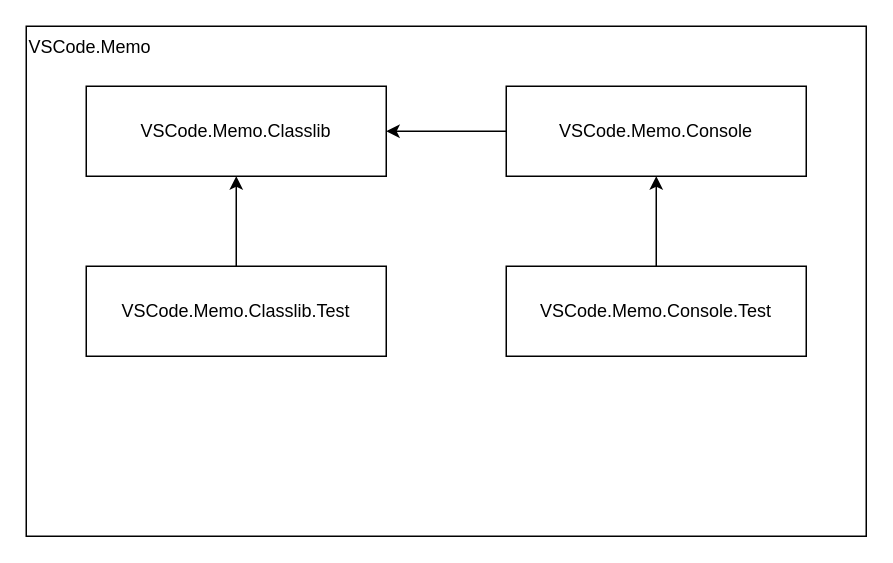
The draw.io diagram Project.drawio in Gunj0/CSharp.VSCode.Memo, before the edit. Source tidied: cells renumbered, new cells numbered last; positions are measured from the earlier drawing's top-left corner, leaving out a move shared by most shapes. Both pictures are drawn from the tidied source at 150%, with x=0, y=0 at pixel (26, 26).
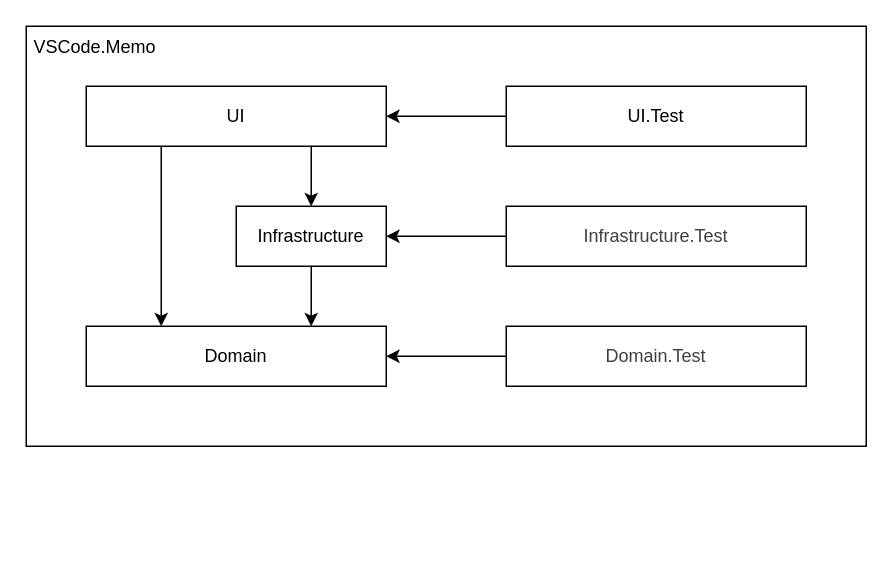
After the change.

Change to the diagram source:
```diff
@@
 <mxGraphModel>
   <root>
     <mxCell id="0" />
     <mxCell id="1" parent="0" />
-    <mxCell id="2" value="VSCode.Memo" style="rounded=0;whiteSpace=wrap;html=1;fontColor=default;align=left;verticalAlign=top;" parent="1" vertex="1">
-      <mxGeometry width="560" height="340" as="geometry" />
+    <mxCell id="2" value="&amp;nbsp;VSCode.Memo" style="rounded=0;whiteSpace=wrap;html=1;fontColor=default;align=left;verticalAlign=top;" parent="1" vertex="1">
+      <mxGeometry width="560" height="280" as="geometry" />
     </mxCell>
+    <mxCell id="11" value="&lt;span style=&quot;&quot;&gt;Infrastructure&lt;/span&gt;" style="rounded=0;whiteSpace=wrap;html=1;fillColor=none;fontColor=default;" parent="1" vertex="1">
+      <mxGeometry x="140" y="120" width="100" height="40" as="geometry" />
+    </mxCell>
+    <mxCell id="12" value="&lt;span style=&quot;color: rgb(63, 63, 63);&quot;&gt;Domain.Test&lt;/span&gt;" style="rounded=0;whiteSpace=wrap;html=1;fillColor=none;fontColor=light-dark(#000000,#FFFFFF);" parent="1" vertex="1">
+      <mxGeometry x="320" y="200" width="200" height="40" as="geometry" />
+    </mxCell>
+    <mxCell id="13" style="edgeStyle=none;html=1;exitX=0.25;exitY=1;exitDx=0;exitDy=0;entryX=0.25;entryY=0;entryDx=0;entryDy=0;" parent="1" edge="1" source="5" target="6">
+      <mxGeometry relative="1" as="geometry" />
+    </mxCell>
+    <mxCell id="14" style="edgeStyle=none;html=1;exitX=0.75;exitY=1;exitDx=0;exitDy=0;" parent="1" edge="1" source="5" target="11">
+      <mxGeometry relative="1" as="geometry" />
+    </mxCell>
+    <mxCell id="15" style="edgeStyle=none;html=1;exitX=0.5;exitY=1;exitDx=0;exitDy=0;entryX=0.75;entryY=0;entryDx=0;entryDy=0;" parent="1" edge="1" source="11" target="6">
+      <mxGeometry relative="1" as="geometry" />
+    </mxCell>
     <mxCell id="3" parent="0" />
-    <mxCell id="4" style="edgeStyle=none;html=1;exitX=0;exitY=0.5;exitDx=0;exitDy=0;entryX=1;entryY=0.5;entryDx=0;entryDy=0;" parent="3" edge="1" source="6" target="5">
+    <mxCell id="4" style="edgeStyle=none;html=1;exitX=0;exitY=0.5;exitDx=0;exitDy=0;entryX=1;entryY=0.5;entryDx=0;entryDy=0;" parent="3" edge="1" source="9" target="11">
       <mxGeometry relative="1" as="geometry" />
     </mxCell>
-    <mxCell id="5" value="&lt;span style=&quot;&quot;&gt;VSCode.Memo.Classlib&lt;/span&gt;" style="rounded=0;whiteSpace=wrap;html=1;fillColor=none;fontColor=default;" parent="3" vertex="1">
-      <mxGeometry x="40" y="40" width="200" height="60" as="geometry" />
+    <mxCell id="5" value="&lt;span style=&quot;&quot;&gt;UI&lt;/span&gt;" style="rounded=0;whiteSpace=wrap;html=1;fillColor=none;fontColor=default;" parent="3" vertex="1">
+      <mxGeometry x="40" y="40" width="200" height="40" as="geometry" />
     </mxCell>
-    <mxCell id="6" value="&lt;span style=&quot;&quot;&gt;VSCode.Memo.Console&lt;/span&gt;" style="rounded=0;whiteSpace=wrap;html=1;fillColor=none;fontColor=light-dark(#000000,#FFFFFF);" parent="3" vertex="1">
-      <mxGeometry x="320" y="40" width="200" height="60" as="geometry" />
+    <mxCell id="6" value="&lt;span style=&quot;&quot;&gt;Domain&lt;/span&gt;" style="rounded=0;whiteSpace=wrap;html=1;fillColor=none;fontColor=light-dark(#000000,#FFFFFF);" parent="3" vertex="1">
+      <mxGeometry x="40" y="200" width="200" height="40" as="geometry" />
     </mxCell>
-    <mxCell id="7" value="&lt;span style=&quot;&quot;&gt;VSCode.Memo.Classlib.Test&lt;/span&gt;" style="rounded=0;whiteSpace=wrap;html=1;fillColor=none;fontColor=default;" parent="3" vertex="1">
-      <mxGeometry x="40" y="160" width="200" height="60" as="geometry" />
+    <mxCell id="7" value="&lt;span style=&quot;&quot;&gt;UI.Test&lt;/span&gt;" style="rounded=0;whiteSpace=wrap;html=1;fillColor=none;fontColor=default;" parent="3" vertex="1">
+      <mxGeometry x="320" y="40" width="200" height="40" as="geometry" />
     </mxCell>
-    <mxCell id="8" style="edgeStyle=none;html=1;exitX=0.5;exitY=0;exitDx=0;exitDy=0;entryX=0.5;entryY=1;entryDx=0;entryDy=0;" parent="3" edge="1" source="7" target="5">
+    <mxCell id="8" style="edgeStyle=none;html=1;exitX=0;exitY=0.5;exitDx=0;exitDy=0;entryX=1;entryY=0.5;entryDx=0;entryDy=0;" parent="3" edge="1" source="7" target="5">
       <mxGeometry relative="1" as="geometry" />
     </mxCell>
-    <mxCell id="9" value="&lt;span style=&quot;&quot;&gt;VSCode.Memo.Console.Test&lt;/span&gt;" style="rounded=0;whiteSpace=wrap;html=1;fillColor=none;fontColor=light-dark(#000000,#FFFFFF);" parent="3" vertex="1">
-      <mxGeometry x="320" y="160" width="200" height="60" as="geometry" />
+    <mxCell id="9" value="&lt;span style=&quot;color: rgb(63, 63, 63);&quot;&gt;Infrastructure.Test&lt;/span&gt;" style="rounded=0;whiteSpace=wrap;html=1;fillColor=none;fontColor=light-dark(#000000,#FFFFFF);" parent="3" vertex="1">
+      <mxGeometry x="320" y="120" width="200" height="40" as="geometry" />
     </mxCell>
-    <mxCell id="10" style="edgeStyle=none;html=1;entryX=0.5;entryY=1;entryDx=0;entryDy=0;" parent="3" edge="1" source="9" target="6">
+    <mxCell id="10" style="edgeStyle=none;html=1;entryX=1;entryY=0.5;entryDx=0;entryDy=0;exitX=0;exitY=0.5;exitDx=0;exitDy=0;" parent="3" edge="1" source="12" target="6">
       <mxGeometry relative="1" as="geometry" />
     </mxCell>
   </root>
 </mxGraphModel>
```
